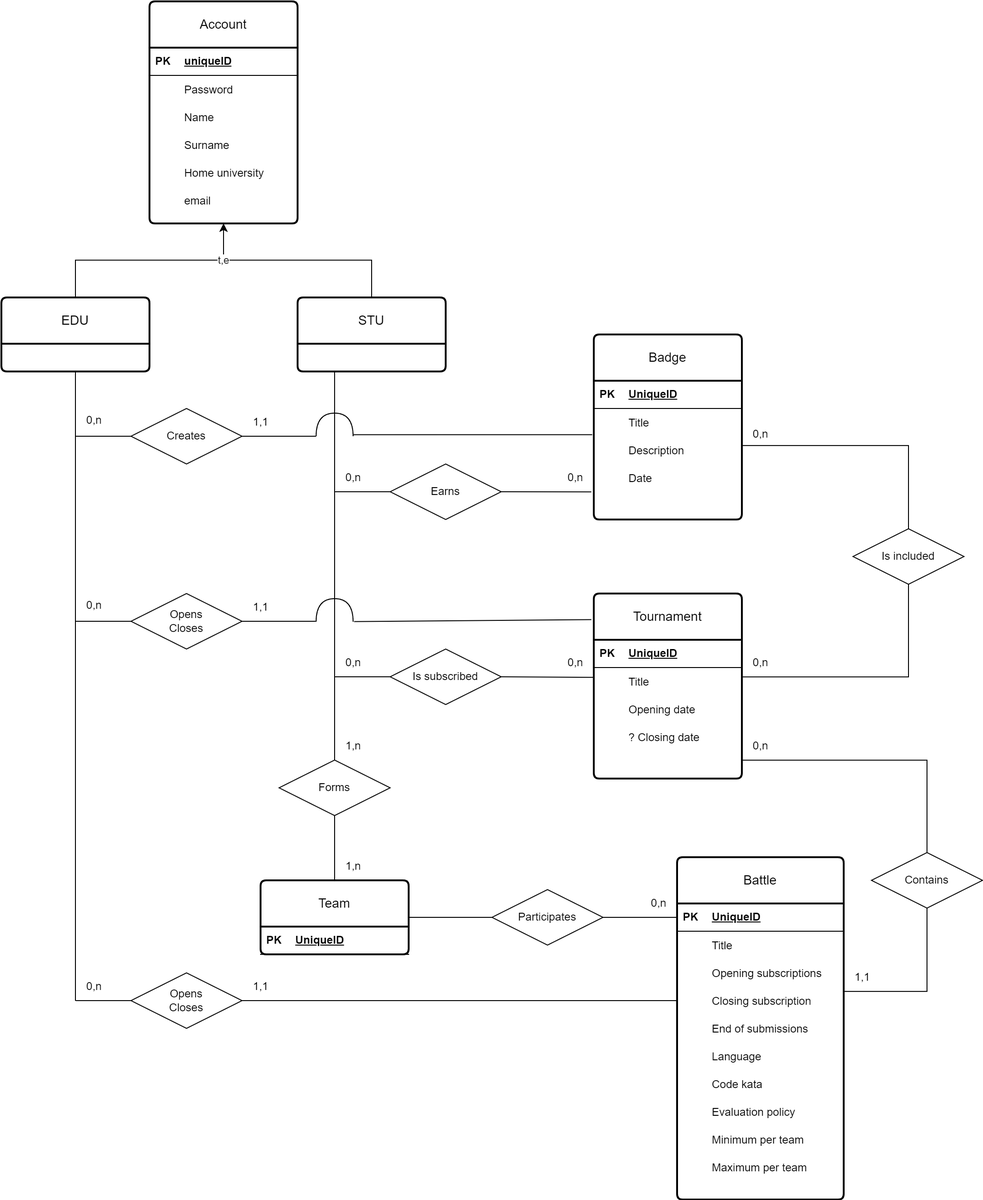
Above: DD/images/diagrams/er_diagram.png in pontig/sw-eng-2-PasiniPontiggiaStasi (draw.io), before the change. Source tidied: cells renumbered, new cells last; positions are measured from the earlier drawing's top-left corner, leaving out a move shared by most shapes.
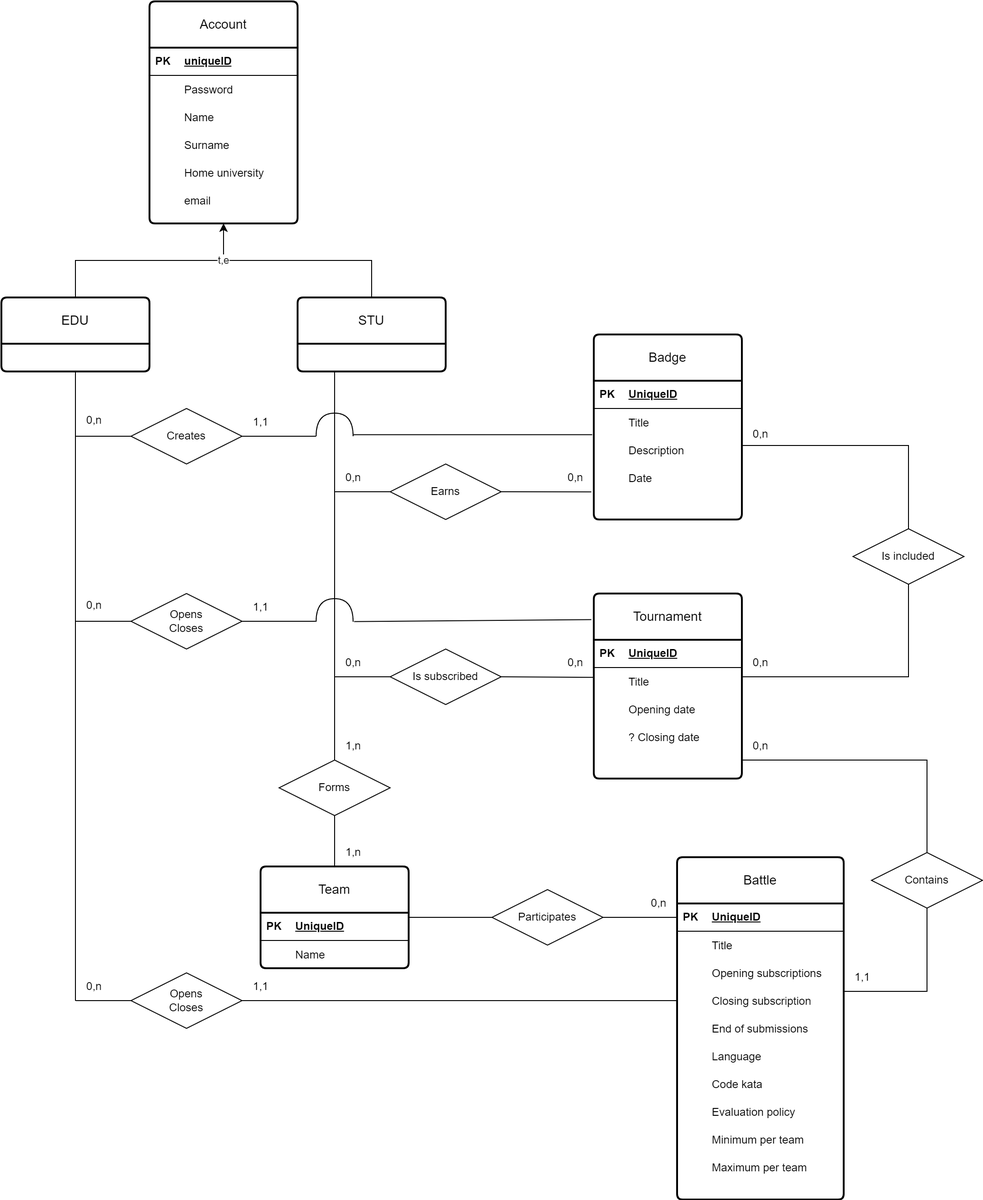
After the commit.

The edit, as a diff of the source:
```diff
@@ -273,10 +273,10 @@
       <mxGeometry x="530" y="960" width="120" height="60" as="geometry" />
     </mxCell>
     <mxCell id="92" value="Team" style="swimlane;horizontal=1;startSize=50;rounded=1;fontSize=14;fontStyle=0;strokeWidth=2;shadow=0;dashed=0;align=center;arcSize=4;whiteSpace=wrap;html=1;" parent="1" vertex="1">
-      <mxGeometry x="280" y="950" width="160" height="80" as="geometry" />
+      <mxGeometry x="280" y="935" width="160" height="110" as="geometry" />
     </mxCell>
     <mxCell id="93" style="shape=table;startSize=0;rowLines=0;fontStyle=0;align=center;strokeColor=none;fillColor=none;" parent="92" vertex="1">
-      <mxGeometry y="50" width="160" height="30" as="geometry" />
+      <mxGeometry y="50" width="160" height="60" as="geometry" />
     </mxCell>
     <mxCell id="94" style="shape=tableRow;horizontal=0;startSize=0;swimlaneHead=0;swimlaneBody=0;fillColor=none;top=0;left=0;right=0;bottom=1;" parent="93" vertex="1">
       <mxGeometry width="160" height="30" as="geometry" />
@@ -287,6 +287,15 @@
     <mxCell id="96" value="UniqueID" style="shape=partialRectangle;fillColor=none;top=0;left=0;bottom=0;right=0;align=left;spacingLeft=6;fontStyle=5;overflow=hidden;whiteSpace=wrap;html=1;" parent="94" vertex="1">
       <mxGeometry x="30" width="130" height="30" as="geometry" />
     </mxCell>
+    <mxCell id="140" style="shape=tableRow;horizontal=0;startSize=0;swimlaneHead=0;swimlaneBody=0;fillColor=none;top=0;left=0;right=0;bottom=0;" parent="93" vertex="1">
+      <mxGeometry y="30" width="160" height="30" as="geometry" />
+    </mxCell>
+    <mxCell id="141" style="shape=partialRectangle;fillColor=none;top=0;left=0;bottom=0;right=0;overflow=hidden;" parent="140" vertex="1">
+      <mxGeometry width="30" height="30" as="geometry" />
+    </mxCell>
+    <mxCell id="142" value="Name" style="shape=partialRectangle;fillColor=none;top=0;left=0;bottom=0;right=0;align=left;spacingLeft=6;overflow=hidden;" parent="140" vertex="1">
+      <mxGeometry x="30" width="130" height="30" as="geometry" />
+    </mxCell>
     <mxCell id="97" value="Forms" style="shape=rhombus;perimeter=rhombusPerimeter;whiteSpace=wrap;html=1;align=center;" parent="1" vertex="1">
       <mxGeometry x="300" y="820" width="120" height="60" as="geometry" />
     </mxCell>
@@ -434,7 +443,7 @@
       <mxGeometry x="690" y="960" width="40" height="30" as="geometry" />
     </mxCell>
     <mxCell id="135" value="1,n" style="text;html=1;align=center;verticalAlign=middle;strokeColor=none;fillColor=none;" parent="1" vertex="1">
-      <mxGeometry x="360" y="920" width="40" height="30" as="geometry" />
+      <mxGeometry x="360" y="905" width="40" height="30" as="geometry" />
     </mxCell>
     <mxCell id="136" value="0,n" style="text;html=1;align=center;verticalAlign=middle;strokeColor=none;fillColor=none;" parent="1" vertex="1">
       <mxGeometry x="800" y="453" width="40" height="30" as="geometry" />
```
